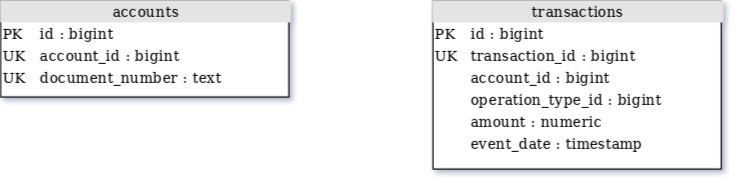
Earlier version of the draw.io export docs/README.md/db_model.png (campisano/java_sample_web_payment_app). Source tidied: cells renumbered, new cells last; positions are measured from the earlier drawing's top-left corner, leaving out a move shared by most shapes.
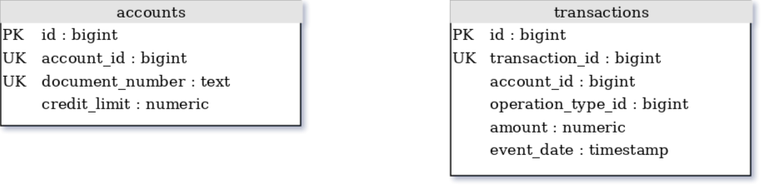
The same file after the commit.

Commit message:
fix:        avoid travis to run on pull requests, updates docs db image

What changed in the source:
```diff
@@ -2,8 +2,8 @@
   <root>
     <mxCell id="0" />
     <mxCell id="1" parent="0" />
-    <mxCell id="2" value="&lt;div style=&quot;box-sizing: border-box ; width: 100% ; background: #e4e4e4 ; padding: 2px&quot; align=&quot;center&quot;&gt;accounts&lt;br&gt;&lt;/div&gt;&lt;table style=&quot;width: 100% ; font-size: 1em&quot; cellspacing=&quot;0&quot; cellpadding=&quot;2&quot;&gt;&lt;tbody&gt;&lt;tr&gt;&lt;td&gt;PK&lt;/td&gt;&lt;td&gt;id : bigint&lt;br&gt;&lt;/td&gt;&lt;/tr&gt;&lt;tr&gt;&lt;td&gt;UK&lt;/td&gt;&lt;td&gt;account_id : bigint&lt;br&gt;&lt;/td&gt;&lt;/tr&gt;&lt;tr&gt;&lt;td&gt;UK&lt;br&gt;&lt;/td&gt;&lt;td&gt;document_number : text&lt;br&gt;&lt;/td&gt;&lt;/tr&gt;&lt;/tbody&gt;&lt;/table&gt;" style="verticalAlign=top;align=left;overflow=fill;html=1;" parent="1" vertex="1">
-      <mxGeometry width="240" height="80" as="geometry" />
+    <mxCell id="2" value="&lt;div style=&quot;box-sizing: border-box ; width: 100% ; background: #e4e4e4 ; padding: 2px&quot; align=&quot;center&quot;&gt;accounts&lt;br&gt;&lt;/div&gt;&lt;table style=&quot;width: 100% ; font-size: 1em&quot; cellspacing=&quot;0&quot; cellpadding=&quot;2&quot;&gt;&lt;tbody&gt;&lt;tr&gt;&lt;td&gt;PK&lt;/td&gt;&lt;td&gt;id : bigint&lt;br&gt;&lt;/td&gt;&lt;/tr&gt;&lt;tr&gt;&lt;td&gt;UK&lt;/td&gt;&lt;td&gt;account_id : bigint&lt;br&gt;&lt;/td&gt;&lt;/tr&gt;&lt;tr&gt;&lt;td&gt;UK&lt;br&gt;&lt;/td&gt;&lt;td&gt;document_number : text&lt;br&gt;&lt;/td&gt;&lt;/tr&gt;&lt;tr&gt;&lt;td&gt;&lt;br&gt;&lt;/td&gt;&lt;td&gt;credit_limit : numeric&lt;br&gt;&lt;/td&gt;&lt;/tr&gt;&lt;/tbody&gt;&lt;/table&gt;" style="verticalAlign=top;align=left;overflow=fill;html=1;" parent="1" vertex="1">
+      <mxGeometry width="240" height="100" as="geometry" />
     </mxCell>
     <mxCell id="3" value="&lt;div style=&quot;box-sizing: border-box ; width: 100% ; background: #e4e4e4 ; padding: 2px&quot; align=&quot;center&quot;&gt;transactions&lt;br&gt;&lt;/div&gt;&lt;table style=&quot;width: 100% ; font-size: 1em&quot; cellspacing=&quot;0&quot; cellpadding=&quot;2&quot;&gt;&lt;tbody&gt;&lt;tr&gt;&lt;td&gt;PK&lt;/td&gt;&lt;td&gt;id : bigint&lt;br&gt;&lt;/td&gt;&lt;/tr&gt;&lt;tr&gt;&lt;td&gt;UK&lt;/td&gt;&lt;td&gt;transaction_id : bigint&lt;br&gt;&lt;/td&gt;&lt;/tr&gt;&lt;tr&gt;&lt;td&gt;&lt;br&gt;&lt;/td&gt;&lt;td&gt;account_id : bigint&lt;br&gt;&lt;/td&gt;&lt;/tr&gt;&lt;tr&gt;&lt;td&gt;&lt;br&gt;&lt;/td&gt;&lt;td&gt;operation_type_id : bigint&lt;br&gt;&lt;/td&gt;&lt;/tr&gt;&lt;tr&gt;&lt;td&gt;&lt;br&gt;&lt;/td&gt;&lt;td&gt;amount : numeric&lt;/td&gt;&lt;/tr&gt;&lt;tr&gt;&lt;td&gt;&lt;br&gt;&lt;/td&gt;&lt;td&gt;event_date : timestamp&lt;/td&gt;&lt;/tr&gt;&lt;/tbody&gt;&lt;/table&gt;" style="verticalAlign=top;align=left;overflow=fill;html=1;" parent="1" vertex="1">
       <mxGeometry x="360" width="240" height="140" as="geometry" />
```
